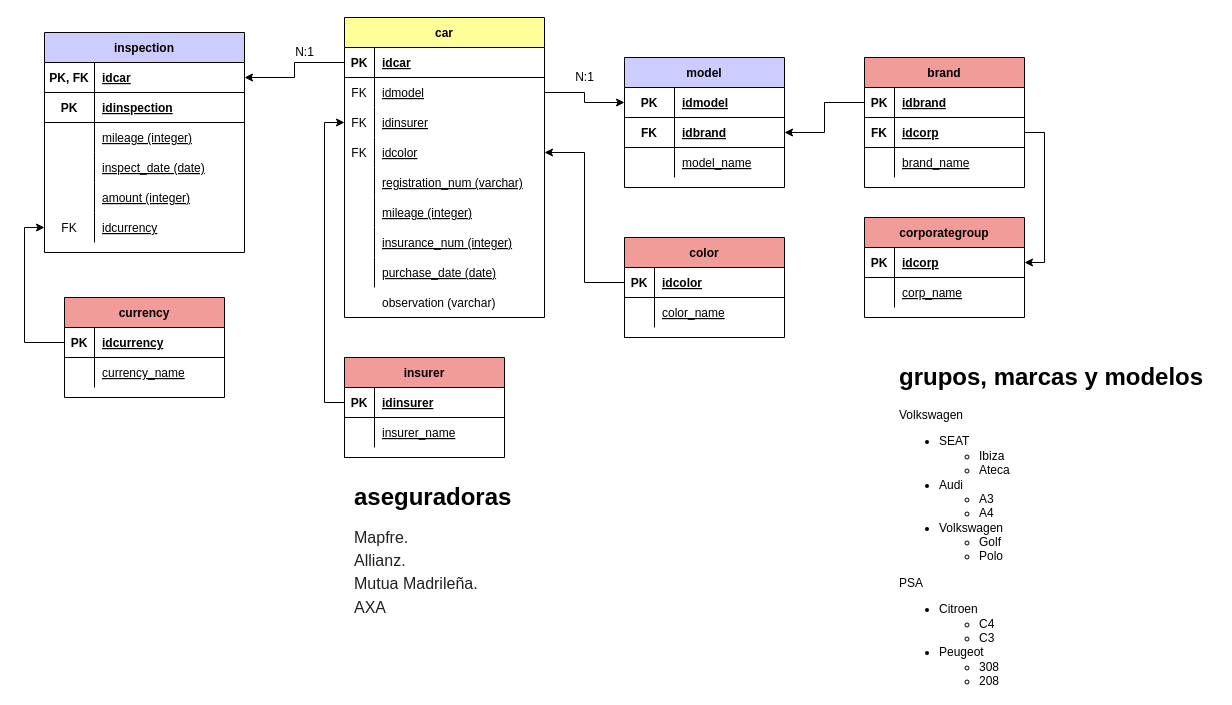
This is page "Diagrama entidad relación" (1 of 2) of modeloER.drawio from valgz/modelado_datos_sql, a draw.io file, before an edit. Source tidied: cells renumbered, new cells numbered last; positions are measured from the earlier drawing's top-left corner, leaving out a move shared by most shapes. Both pictures are drawn from the tidied source at 100%, with x=0, y=0 at pixel (44, 17).
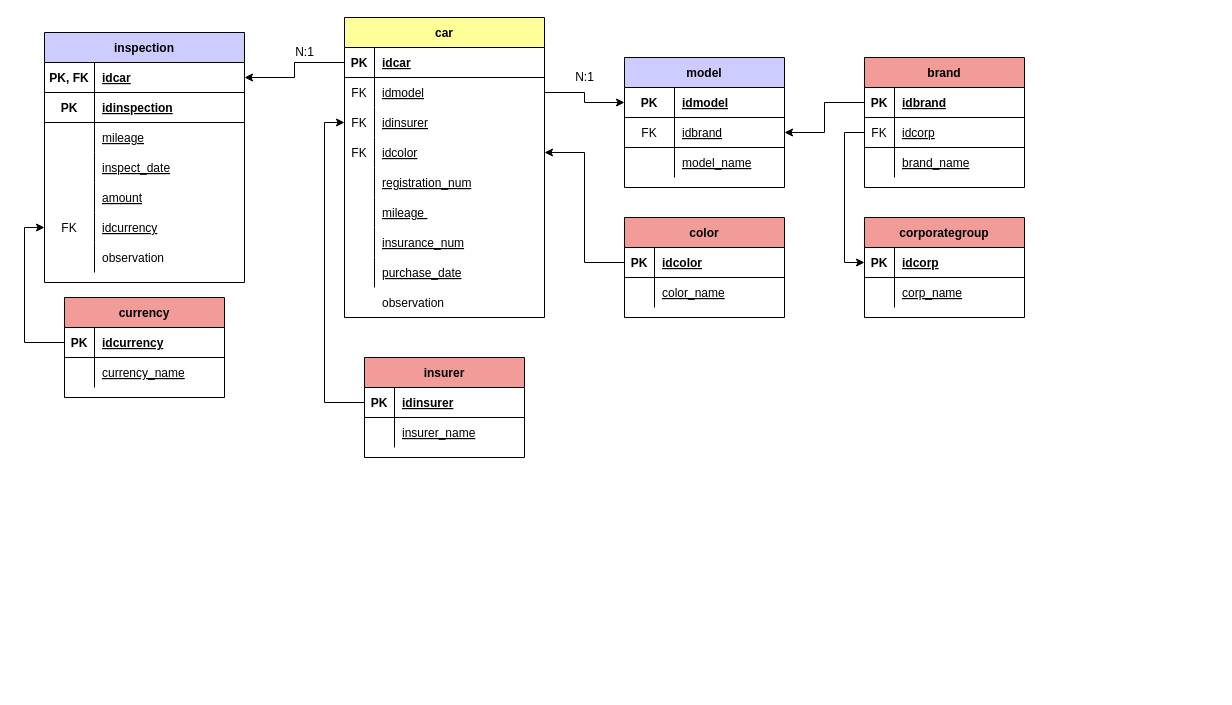
After the change.

Commit message (it also covers changes not shown here):
Agrego observation a tabla inspection y mas datos, correciones de ortografía

The change refers to these unchanged cells:
```xml
<mxCell id="15" style="shape=tableRow;horizontal=0;startSize=0;swimlaneHead=0;swimlaneBody=0;fillColor=none;top=0;left=0;right=0;bottom=0;" parent="2" vertex="1">
  <mxGeometry y="150" width="200" height="30" as="geometry" />
</mxCell>
<mxCell id="18" style="shape=tableRow;horizontal=0;startSize=0;swimlaneHead=0;swimlaneBody=0;fillColor=none;top=0;left=0;right=0;bottom=0;" parent="2" vertex="1">
  <mxGeometry y="180" width="200" height="30" as="geometry" />
</mxCell>
<mxCell id="21" style="shape=tableRow;horizontal=0;startSize=0;swimlaneHead=0;swimlaneBody=0;fillColor=none;top=0;left=0;right=0;bottom=0;" parent="2" vertex="1">
  <mxGeometry y="210" width="200" height="30" as="geometry" />
</mxCell>
<mxCell id="24" style="shape=tableRow;horizontal=0;startSize=0;swimlaneHead=0;swimlaneBody=0;fillColor=none;top=0;left=0;right=0;bottom=0;" parent="2" vertex="1">
  <mxGeometry y="240" width="200" height="30" as="geometry" />
</mxCell>
<mxCell id="34" style="shape=tableRow;horizontal=0;startSize=0;swimlaneHead=0;swimlaneBody=0;fillColor=none;top=0;left=0;right=0;bottom=0;" parent="27" vertex="1">
  <mxGeometry y="90" width="200" height="30" as="geometry" />
</mxCell>
<mxCell id="37" style="shape=tableRow;horizontal=0;startSize=0;swimlaneHead=0;swimlaneBody=0;fillColor=none;top=0;left=0;right=0;bottom=0;" parent="27" vertex="1">
  <mxGeometry y="120" width="200" height="30" as="geometry" />
</mxCell>
<mxCell id="40" style="shape=tableRow;horizontal=0;startSize=0;swimlaneHead=0;swimlaneBody=0;fillColor=none;top=0;left=0;right=0;bottom=0;" parent="27" vertex="1">
  <mxGeometry y="150" width="200" height="30" as="geometry" />
</mxCell>
<mxCell id="46" value="model" style="shape=table;startSize=30;childLayout=tableLayout;rowLines=0;fontStyle=1;align=center;fillColor=#CCCCFF;" parent="1" vertex="1">
  <mxGeometry x="580" y="40" width="160" height="130" as="geometry" />
</mxCell>
<mxCell id="57" style="shape=tableRow;horizontal=0;startSize=0;swimlaneHead=0;swimlaneBody=0;fillColor=none;points=[[0,0.5],[1,0.5]];portConstraint=eastwest;top=0;left=0;right=0;bottom=1;" parent="56" vertex="1">
  <mxGeometry y="30" width="160" height="30" as="geometry" />
</mxCell>
<mxCell id="98" style="shape=tableRow;horizontal=0;startSize=0;swimlaneHead=0;swimlaneBody=0;fillColor=none;points=[[0,0.5],[1,0.5]];portConstraint=eastwest;top=0;left=0;right=0;bottom=1;" parent="94" vertex="1">
  <mxGeometry y="60" width="160" height="30" as="geometry" />
</mxCell>
<mxCell id="106" style="shape=tableRow;horizontal=0;startSize=0;swimlaneHead=0;swimlaneBody=0;fillColor=none;top=0;left=0;right=0;bottom=0;" parent="1" vertex="1">
  <mxGeometry x="300" y="270" width="200" height="30" as="geometry" />
</mxCell>
```

The edit, as a diff of the source:
```diff
@@
-    <mxCell id="17" value="registration_num (varchar)" style="shape=partialRectangle;fillColor=none;top=0;left=0;bottom=0;right=0;align=left;spacingLeft=6;overflow=hidden;fontStyle=4;" parent="15" vertex="1">
+    <mxCell id="17" value="registration_num" style="shape=partialRectangle;fillColor=none;top=0;left=0;bottom=0;right=0;align=left;spacingLeft=6;overflow=hidden;fontStyle=4;" parent="15" vertex="1">
       <mxGeometry x="30" width="170" height="30" as="geometry" />
     </mxCell>
@@
-    <mxCell id="20" value="mileage (integer)" style="shape=partialRectangle;fillColor=none;top=0;left=0;bottom=0;right=0;align=left;spacingLeft=6;overflow=hidden;fontStyle=4;" parent="18" vertex="1">
+    <mxCell id="20" value="mileage " style="shape=partialRectangle;fillColor=none;top=0;left=0;bottom=0;right=0;align=left;spacingLeft=6;overflow=hidden;fontStyle=4;" parent="18" vertex="1">
       <mxGeometry x="30" width="170" height="30" as="geometry" />
     </mxCell>
@@
-    <mxCell id="23" value="insurance_num (integer)" style="shape=partialRectangle;fillColor=none;top=0;left=0;bottom=0;right=0;align=left;spacingLeft=6;overflow=hidden;fontStyle=4;" parent="21" vertex="1">
+    <mxCell id="23" value="insurance_num" style="shape=partialRectangle;fillColor=none;top=0;left=0;bottom=0;right=0;align=left;spacingLeft=6;overflow=hidden;fontStyle=4;" parent="21" vertex="1">
       <mxGeometry x="30" width="170" height="30" as="geometry" />
     </mxCell>
@@
-    <mxCell id="26" value="purchase_date (date)" style="shape=partialRectangle;fillColor=none;top=0;left=0;bottom=0;right=0;align=left;spacingLeft=6;overflow=hidden;fontStyle=4;" parent="24" vertex="1">
+    <mxCell id="26" value="purchase_date" style="shape=partialRectangle;fillColor=none;top=0;left=0;bottom=0;right=0;align=left;spacingLeft=6;overflow=hidden;fontStyle=4;" parent="24" vertex="1">
       <mxGeometry x="30" width="170" height="30" as="geometry" />
     </mxCell>
     <mxCell id="27" value="inspection" style="shape=table;startSize=30;childLayout=tableLayout;rowLines=0;fontStyle=1;align=center;fillColor=#CCCCFF;" parent="1" vertex="1">
-      <mxGeometry y="15" width="200" height="220" as="geometry" />
+      <mxGeometry y="15" width="200" height="250" as="geometry" />
     </mxCell>
@@
-    <mxCell id="36" value="mileage (integer)" style="shape=partialRectangle;fillColor=none;top=0;left=0;bottom=0;right=0;align=left;spacingLeft=6;overflow=hidden;fontStyle=4;" parent="34" vertex="1">
+    <mxCell id="36" value="mileage" style="shape=partialRectangle;fillColor=none;top=0;left=0;bottom=0;right=0;align=left;spacingLeft=6;overflow=hidden;fontStyle=4;" parent="34" vertex="1">
       <mxGeometry x="50" width="150" height="30" as="geometry" />
     </mxCell>
@@
-    <mxCell id="39" value="inspect_date (date)" style="shape=partialRectangle;fillColor=none;top=0;left=0;bottom=0;right=0;align=left;spacingLeft=6;overflow=hidden;fontStyle=4;" parent="37" vertex="1">
+    <mxCell id="39" value="inspect_date" style="shape=partialRectangle;fillColor=none;top=0;left=0;bottom=0;right=0;align=left;spacingLeft=6;overflow=hidden;fontStyle=4;" parent="37" vertex="1">
       <mxGeometry x="50" width="150" height="30" as="geometry" />
     </mxCell>
@@
-    <mxCell id="42" value="amount (integer)" style="shape=partialRectangle;fillColor=none;top=0;left=0;bottom=0;right=0;align=left;spacingLeft=6;overflow=hidden;fontStyle=4;" parent="40" vertex="1">
+    <mxCell id="42" value="amount" style="shape=partialRectangle;fillColor=none;top=0;left=0;bottom=0;right=0;align=left;spacingLeft=6;overflow=hidden;fontStyle=4;" parent="40" vertex="1">
       <mxGeometry x="50" width="150" height="30" as="geometry" />
     </mxCell>
@@
+    <mxCell id="109" style="shape=tableRow;horizontal=0;startSize=0;swimlaneHead=0;swimlaneBody=0;fillColor=none;top=0;left=0;right=0;bottom=0;" parent="27" vertex="1">
+      <mxGeometry y="210" width="200" height="30" as="geometry" />
+    </mxCell>
+    <mxCell id="110" style="shape=partialRectangle;fillColor=none;top=0;left=0;bottom=0;right=0;overflow=hidden;" parent="109" vertex="1">
+      <mxGeometry width="50" height="30" as="geometry" />
+    </mxCell>
+    <mxCell id="111" value="observation" style="shape=partialRectangle;fillColor=none;top=0;left=0;bottom=0;right=0;align=left;spacingLeft=6;overflow=hidden;fontStyle=0;" parent="109" vertex="1">
+      <mxGeometry x="50" width="150" height="30" as="geometry" />
+    </mxCell>
@@
-    <mxCell id="50" style="shape=tableRow;horizontal=0;startSize=0;swimlaneHead=0;swimlaneBody=0;fillColor=none;points=[[0,0.5],[1,0.5]];portConstraint=eastwest;top=0;left=0;right=0;bottom=1;" parent="46" vertex="1">
+    <mxCell id="50" style="shape=tableRow;horizontal=0;startSize=0;swimlaneHead=0;swimlaneBody=0;fillColor=none;points=[[0,0.5],[1,0.5]];portConstraint=eastwest;top=0;left=0;right=0;bottom=1;fontStyle=0;" parent="46" vertex="1">
       <mxGeometry y="60" width="160" height="30" as="geometry" />
     </mxCell>
-    <mxCell id="51" value="FK" style="shape=partialRectangle;fillColor=none;top=0;left=0;bottom=0;right=0;fontStyle=1;overflow=hidden;" parent="50" vertex="1">
+    <mxCell id="51" value="FK" style="shape=partialRectangle;fillColor=none;top=0;left=0;bottom=0;right=0;fontStyle=0;overflow=hidden;" parent="50" vertex="1">
       <mxGeometry width="50" height="30" as="geometry" />
     </mxCell>
-    <mxCell id="52" value="idbrand" style="shape=partialRectangle;fillColor=none;top=0;left=0;bottom=0;right=0;align=left;spacingLeft=6;fontStyle=5;overflow=hidden;" parent="50" vertex="1">
+    <mxCell id="52" value="idbrand" style="shape=partialRectangle;fillColor=none;top=0;left=0;bottom=0;right=0;align=left;spacingLeft=6;fontStyle=4;overflow=hidden;" parent="50" vertex="1">
       <mxGeometry x="50" width="110" height="30" as="geometry" />
     </mxCell>
@@
-    <mxCell id="64" value="&lt;h1&gt;grupos, marcas y modelos&lt;/h1&gt;&lt;p&gt;&lt;/p&gt;&lt;span style=&quot;background-color: initial;&quot;&gt;Volkswagen&lt;/span&gt;&lt;br&gt;&lt;ul&gt;&lt;li&gt;&lt;span style=&quot;background-color: initial;&quot;&gt;SEAT&lt;/span&gt;&lt;br&gt;&lt;/li&gt;&lt;ul&gt;&lt;li&gt;&lt;span style=&quot;background-color: initial;&quot;&gt;Ibiza&lt;/span&gt;&lt;/li&gt;&lt;li&gt;&lt;span style=&quot;background-color: initial;&quot;&gt;Ateca&lt;/span&gt;&lt;/li&gt;&lt;/ul&gt;&lt;li&gt;&lt;span style=&quot;background-color: initial;&quot;&gt;Audi&lt;/span&gt;&lt;br&gt;&lt;/li&gt;&lt;ul&gt;&lt;li&gt;&lt;span style=&quot;background-color: initial;&quot;&gt;A3&lt;/span&gt;&lt;/li&gt;&lt;li&gt;&lt;span style=&quot;background-color: initial;&quot;&gt;A4&lt;/span&gt;&lt;/li&gt;&lt;/ul&gt;&lt;li&gt;&lt;span style=&quot;background-color: initial;&quot;&gt;Volkswagen&lt;/span&gt;&lt;br&gt;&lt;/li&gt;&lt;ul&gt;&lt;li&gt;&lt;span style=&quot;background-color: initial;&quot;&gt;Golf&lt;/span&gt;&lt;/li&gt;&lt;li&gt;&lt;span style=&quot;background-color: initial;&quot;&gt;Polo&lt;/span&gt;&lt;/li&gt;&lt;/ul&gt;&lt;/ul&gt;&lt;span style=&quot;background-color: initial;&quot;&gt;PSA&lt;/span&gt;&lt;br&gt;&lt;ul&gt;&lt;li&gt;&lt;span style=&quot;background-color: initial;&quot;&gt;Citroen&lt;/span&gt;&lt;br&gt;&lt;/li&gt;&lt;ul&gt;&lt;li&gt;&lt;span style=&quot;background-color: initial;&quot;&gt;C4&lt;/span&gt;&lt;/li&gt;&lt;li&gt;&lt;span style=&quot;background-color: initial;&quot;&gt;C3&lt;/span&gt;&lt;/li&gt;&lt;/ul&gt;&lt;li&gt;&lt;span style=&quot;background-color: initial;&quot;&gt;Peugeot&lt;/span&gt;&lt;br&gt;&lt;/li&gt;&lt;ul&gt;&lt;li&gt;&lt;span style=&quot;background-color: initial;&quot;&gt;308&lt;/span&gt;&lt;/li&gt;&lt;li&gt;&lt;span style=&quot;background-color: initial;&quot;&gt;208&lt;/span&gt;&lt;/li&gt;&lt;/ul&gt;&lt;/ul&gt;&lt;br&gt;&lt;p&gt;&lt;/p&gt;" style="text;html=1;strokeColor=none;fillColor=none;spacing=5;spacingTop=-20;whiteSpace=wrap;overflow=hidden;rounded=0;" parent="1" vertex="1">
-      <mxGeometry x="850" y="340" width="320" height="330" as="geometry" />
-    </mxCell>
@@
     <mxCell id="74" value="insurer" style="shape=table;startSize=30;childLayout=tableLayout;rowLines=0;fontStyle=1;align=center;fillColor=#F19C99;" parent="1" vertex="1">
-      <mxGeometry x="300" y="340" width="160" height="100" as="geometry" />
+      <mxGeometry x="320" y="340" width="160" height="100" as="geometry" />
     </mxCell>
@@
-    <mxCell id="82" value="&lt;h1&gt;&lt;span style=&quot;background-color: rgb(255, 255, 255);&quot;&gt;aseguradoras&lt;/span&gt;&lt;/h1&gt;&lt;ul style=&quot;margin: 0px; padding: 0px; color: rgb(32, 33, 36); font-family: arial, sans-serif; font-size: 16px;&quot; class=&quot;i8Z77e&quot;&gt;&lt;li style=&quot;margin: 0px 0px 4px; padding: 0px; list-style-type: disc;&quot; class=&quot;TrT0Xe&quot;&gt;&lt;span style=&quot;background-color: rgb(255, 255, 255);&quot;&gt;Mapfre.&lt;/span&gt;&lt;/li&gt;&lt;li style=&quot;margin: 0px 0px 4px; padding: 0px; list-style-type: disc;&quot; class=&quot;TrT0Xe&quot;&gt;&lt;span style=&quot;background-color: rgb(255, 255, 255);&quot;&gt;Allianz.&lt;/span&gt;&lt;/li&gt;&lt;li style=&quot;margin: 0px 0px 4px; padding: 0px; list-style-type: disc;&quot; class=&quot;TrT0Xe&quot;&gt;&lt;span style=&quot;background-color: rgb(255, 255, 255);&quot;&gt;Mutua Madrileña.&lt;/span&gt;&lt;/li&gt;&lt;li style=&quot;margin: 0px 0px 4px; padding: 0px; list-style-type: disc;&quot; class=&quot;TrT0Xe&quot;&gt;&lt;span style=&quot;background-color: rgb(255, 255, 255);&quot;&gt;AXA&lt;/span&gt;&lt;/li&gt;&lt;/ul&gt;" style="text;html=1;strokeColor=none;fillColor=none;spacing=5;spacingTop=-20;whiteSpace=wrap;overflow=hidden;rounded=0;" parent="1" vertex="1">
-      <mxGeometry x="305" y="460" width="190" height="150" as="geometry" />
-    </mxCell>
@@
     <mxCell id="86" value="color" style="shape=table;startSize=30;childLayout=tableLayout;rowLines=0;fontStyle=1;align=center;fillColor=#F19C99;" parent="1" vertex="1">
-      <mxGeometry x="580" y="220" width="160" height="100" as="geometry" />
+      <mxGeometry x="580" y="200" width="160" height="100" as="geometry" />
     </mxCell>
@@
-    <mxCell id="99" value="FK" style="shape=partialRectangle;fillColor=none;top=0;left=0;bottom=0;right=0;fontStyle=1;overflow=hidden;" parent="98" vertex="1">
+    <mxCell id="99" value="FK" style="shape=partialRectangle;fillColor=none;top=0;left=0;bottom=0;right=0;fontStyle=0;overflow=hidden;" parent="98" vertex="1">
       <mxGeometry width="30" height="30" as="geometry" />
     </mxCell>
-    <mxCell id="100" value="idcorp" style="shape=partialRectangle;fillColor=none;top=0;left=0;bottom=0;right=0;align=left;spacingLeft=6;fontStyle=5;overflow=hidden;" parent="98" vertex="1">
+    <mxCell id="100" value="idcorp" style="shape=partialRectangle;fillColor=none;top=0;left=0;bottom=0;right=0;align=left;spacingLeft=6;fontStyle=4;overflow=hidden;" parent="98" vertex="1">
       <mxGeometry x="30" width="130" height="30" as="geometry" />
     </mxCell>
@@
-    <mxCell id="105" style="edgeStyle=orthogonalEdgeStyle;rounded=0;jettySize=auto;html=1;exitX=1;exitY=0.5;exitDx=0;exitDy=0;entryX=1;entryY=0.5;entryDx=0;entryDy=0;" parent="1" edge="1" source="98" target="57">
-      <mxGeometry relative="1" as="geometry" />
-    </mxCell>
@@
-    <mxCell id="108" value="observation (varchar)" style="shape=partialRectangle;fillColor=none;top=0;left=0;bottom=0;right=0;align=left;spacingLeft=6;overflow=hidden;fontStyle=0;" parent="106" vertex="1">
+    <mxCell id="108" value="observation" style="shape=partialRectangle;fillColor=none;top=0;left=0;bottom=0;right=0;align=left;spacingLeft=6;overflow=hidden;fontStyle=0;" parent="106" vertex="1">
       <mxGeometry x="30" width="170" height="30" as="geometry" />
     </mxCell>
+    <mxCell id="105" style="edgeStyle=orthogonalEdgeStyle;rounded=0;jettySize=auto;html=1;exitX=0;exitY=0.5;exitDx=0;exitDy=0;entryX=0;entryY=0.5;entryDx=0;entryDy=0;" parent="1" edge="1" source="98" target="57">
+      <mxGeometry relative="1" as="geometry" />
+    </mxCell>
```
